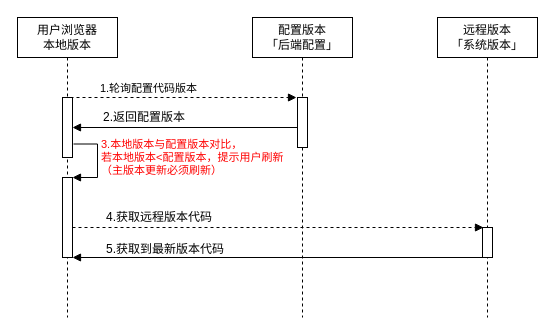
Above: 通知用户刷新.drawio in aicaigroup/- (draw.io), before the change. Source tidied: cells renumbered, new cells numbered last; positions are measured from the earlier drawing's top-left corner, leaving out a move shared by most shapes. Both pictures are drawn from the tidied source at 100%, with x=0, y=0 at pixel (17, 17).
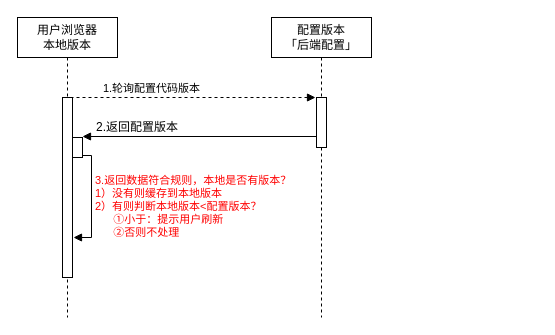
After the change.

Commit message:
更新 通知用户刷新.xml

The edit, as a diff of the source:
```diff
@@
 <mxGraphModel>
   <root>
     <mxCell id="0" />
     <mxCell id="1" parent="0" />
     <mxCell id="2" value="用户浏览器&lt;br&gt;本地版本" style="shape=umlLifeline;perimeter=lifelinePerimeter;whiteSpace=wrap;html=1;" parent="1" vertex="1">
       <mxGeometry width="100" height="300" as="geometry" />
     </mxCell>
     <mxCell id="3" style="html=1;points=[];perimeter=orthogonalPerimeter;" parent="2" vertex="1">
-      <mxGeometry x="45" y="80" width="10" height="60" as="geometry" />
+      <mxGeometry x="45" y="80" width="10" height="180" as="geometry" />
     </mxCell>
-    <mxCell id="4" style="html=1;points=[];perimeter=orthogonalPerimeter;" parent="2" vertex="1">
-      <mxGeometry x="45" y="160" width="10" height="80" as="geometry" />
-    </mxCell>
-    <mxCell id="5" value="&lt;font color=&quot;#ff0000&quot;&gt;3.本地版本与配置版本对比，&lt;br&gt;若本地版本&amp;lt;配置版本，提示用户刷新&lt;br&gt;（主版本更新必须刷新）&lt;br&gt;&lt;/font&gt;" style="edgeStyle=orthogonalEdgeStyle;html=1;align=left;spacingLeft=2;endArrow=block;rounded=0;entryX=1;entryY=0;strokeWidth=1;exitX=1.1;exitY=0.775;exitDx=0;exitDy=0;exitPerimeter=0;" parent="2" edge="1" source="3" target="4">
-      <mxGeometry x="-0.1" relative="1" as="geometry">
-        <Array as="points">
-          <mxPoint x="80" y="127" />
-          <mxPoint x="80" y="160" />
-        </Array>
-      </mxGeometry>
-    </mxCell>
-    <mxCell id="6" value="远程版本&lt;br&gt;「系统版本」" style="shape=umlLifeline;perimeter=lifelinePerimeter;whiteSpace=wrap;html=1;" parent="1" vertex="1">
-      <mxGeometry x="420" width="100" height="300" as="geometry" />
-    </mxCell>
-    <mxCell id="7" style="html=1;points=[];perimeter=orthogonalPerimeter;" parent="6" vertex="1">
-      <mxGeometry x="45" y="210" width="10" height="30" as="geometry" />
-    </mxCell>
     <mxCell id="8" value="配置版本&lt;br&gt;「后端配置」" style="shape=umlLifeline;perimeter=lifelinePerimeter;whiteSpace=wrap;html=1;" parent="1" vertex="1">
-      <mxGeometry x="235" width="100" height="300" as="geometry" />
+      <mxGeometry x="254" width="100" height="300" as="geometry" />
     </mxCell>
     <mxCell id="9" style="html=1;points=[];perimeter=orthogonalPerimeter;" parent="8" vertex="1">
       <mxGeometry x="45" y="80" width="10" height="50" as="geometry" />
     </mxCell>
     <mxCell id="10" value="1.轮询配置代码版本" style="html=1;verticalAlign=bottom;endArrow=block;strokeWidth=1;dashed=1;entryX=-0.1;entryY=0;entryDx=0;entryDy=0;entryPerimeter=0;exitX=0.8;exitY=0;exitDx=0;exitDy=0;exitPerimeter=0;" parent="1" edge="1" source="3" target="9">
-      <mxGeometry x="-0.31" relative="1" as="geometry" />
+      <mxGeometry x="-0.34" relative="1" as="geometry" />
     </mxCell>
-    <mxCell id="11" style="edgeStyle=none;rounded=0;jettySize=auto;html=0;startArrow=none;startFill=0;endArrow=block;endFill=1;strokeWidth=1;entryX=1;entryY=0.5;entryDx=0;entryDy=0;entryPerimeter=0;" parent="1" edge="1" source="9" target="3">
+    <mxCell id="11" style="edgeStyle=none;rounded=0;jettySize=auto;html=0;startArrow=none;startFill=0;endArrow=block;endFill=1;strokeWidth=1;entryX=1;entryY=-0.05;entryDx=0;entryDy=0;entryPerimeter=0;" parent="1" edge="1" source="9" target="17">
       <mxGeometry relative="1" as="geometry" />
     </mxCell>
     <mxCell id="12" value="2.返回配置版本" style="text;html=1;align=left;verticalAlign=top;spacingTop=-4;" parent="1" vertex="1">
-      <mxGeometry x="84" y="90" width="100" height="20" as="geometry" />
+      <mxGeometry x="77" y="100" width="100" height="20" as="geometry" />
     </mxCell>
-    <mxCell id="13" style="edgeStyle=none;rounded=0;jettySize=auto;html=0;startArrow=none;startFill=0;endArrow=block;endFill=1;strokeWidth=1;entryX=0.1;entryY=0;entryDx=0;entryDy=0;entryPerimeter=0;dashed=1;exitX=1;exitY=0.625;exitDx=0;exitDy=0;exitPerimeter=0;" parent="1" edge="1" source="4" target="7">
-      <mxGeometry relative="1" as="geometry" />
-    </mxCell>
-    <mxCell id="14" value="4.获取远程版本代码" style="text;html=1;align=left;verticalAlign=top;spacingTop=-4;" parent="1" vertex="1">
-      <mxGeometry x="87" y="190" width="120" height="20" as="geometry" />
-    </mxCell>
-    <mxCell id="15" style="edgeStyle=none;rounded=0;jettySize=auto;html=0;startArrow=none;startFill=0;endArrow=block;endFill=1;strokeWidth=1;entryX=1;entryY=1;entryDx=0;entryDy=0;entryPerimeter=0;exitX=0;exitY=1;exitDx=0;exitDy=0;exitPerimeter=0;" parent="1" edge="1" source="7" target="4">
-      <mxGeometry relative="1" as="geometry" />
-    </mxCell>
-    <mxCell id="16" value="5.获取到最新版本代码" style="text;html=1;align=left;verticalAlign=top;spacingTop=-4;" parent="1" vertex="1">
-      <mxGeometry x="87" y="222" width="130" height="20" as="geometry" />
-    </mxCell>
+    <mxCell id="17" style="html=1;points=[];perimeter=orthogonalPerimeter;" parent="1" vertex="1">
+      <mxGeometry x="55" y="120" width="10" height="20" as="geometry" />
+    </mxCell>
+    <mxCell id="18" value="&lt;font color=&quot;#ff0000&quot;&gt;3.返回数据符合规则，本地是否有版本？&lt;br&gt;1）没有则缓存到本地版本&lt;br&gt;2）有则判断本地版本&amp;lt;配置版本？&lt;br&gt;&amp;nbsp; &amp;nbsp; &amp;nbsp; ①小于：提示用户刷新&lt;br&gt;&amp;nbsp; &amp;nbsp; &amp;nbsp; ②否则不处理&lt;/font&gt;" style="edgeStyle=orthogonalEdgeStyle;html=1;align=left;spacingLeft=2;endArrow=block;rounded=0;exitX=1;exitY=0.9;exitDx=0;exitDy=0;exitPerimeter=0;" parent="1" edge="1" source="17">
+      <mxGeometry x="0.1" relative="1" as="geometry">
+        <mxPoint x="56" y="220" as="targetPoint" />
+        <Array as="points">
+          <mxPoint x="74" y="138" />
+          <mxPoint x="74" y="220" />
+        </Array>
+      </mxGeometry>
+    </mxCell>
   </root>
 </mxGraphModel>
```
